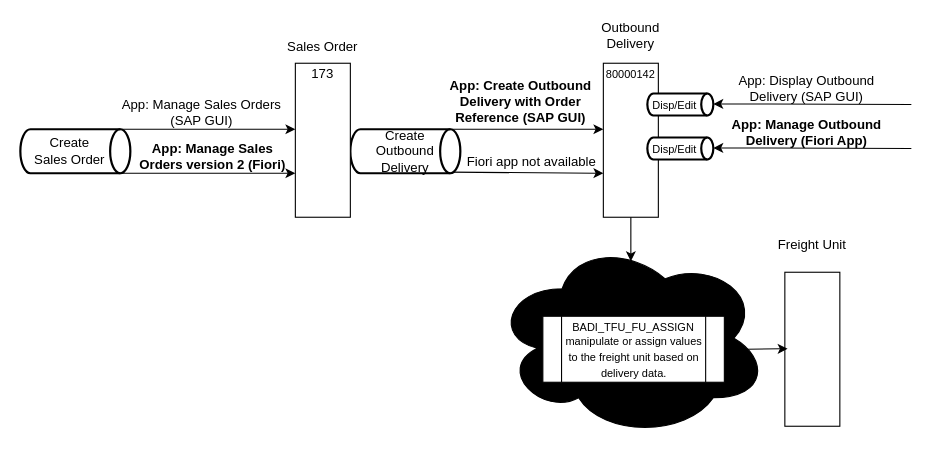
The draw.io diagram Unbenanntes Diagramm.drawio in BoroONE/DrawIO, before the edit. Source tidied: cells renumbered, new cells numbered last; positions are measured from the earlier drawing's top-left corner, leaving out a move shared by most shapes. Both pictures are drawn from the tidied source at 110%, with x=0, y=0 at pixel (20, 19).
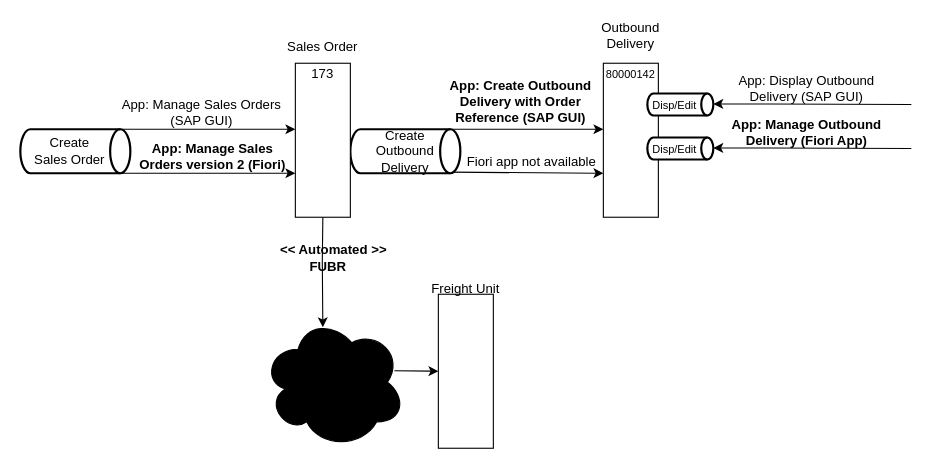
Above is the later version.

Unchanged cells that the change refers to:
```xml
<mxCell id="12" style="rounded=0;whiteSpace=wrap;html=1;" parent="1" vertex="1">
  <mxGeometry x="250" y="40" width="50" height="140" as="geometry" />
</mxCell>
```

The edit, as a diff of the source:
```diff
@@
     <mxCell id="28" style="ellipse;shape=cloud;whiteSpace=wrap;html=1;fillColor=#000000;" parent="1" vertex="1">
-      <mxGeometry x="430" y="200" width="250" height="180" as="geometry" />
+      <mxGeometry x="220" y="270" width="130" height="120" as="geometry" />
     </mxCell>
-    <mxCell id="29" style="endArrow=classic;html=1;rounded=0;" parent="1" edge="1">
+    <mxCell id="29" style="endArrow=classic;html=1;rounded=0;exitX=0.5;exitY=1;exitDx=0;exitDy=0;" parent="1" edge="1" source="12">
       <mxGeometry relative="1" as="geometry">
-        <mxPoint x="555" y="180" as="sourcePoint" />
-        <mxPoint x="555" y="220" as="targetPoint" />
+        <mxPoint x="275" y="280" as="targetPoint" />
         <Array as="points">
-          <mxPoint x="555" y="190" />
+          <mxPoint x="274.5" y="220" />
         </Array>
       </mxGeometry>
     </mxCell>
-    <mxCell id="30" style="shape=process;whiteSpace=wrap;html=1;backgroundOutline=1;" parent="1" vertex="1">
-      <mxGeometry x="475" y="270" width="165" height="60" as="geometry" />
-    </mxCell>
-    <mxCell id="31" value="&lt;font style=&quot;font-size: 10px;&quot;&gt;manipulate or assign values to the freight unit based on delivery data.&lt;/font&gt;" style="text;html=1;align=center;verticalAlign=middle;whiteSpace=wrap;rounded=0;" parent="1" vertex="1">
-      <mxGeometry x="492.5" y="294" width="130" height="25" as="geometry" />
-    </mxCell>
     <mxCell id="32" style="rounded=0;whiteSpace=wrap;html=1;" parent="1" vertex="1">
-      <mxGeometry x="695" y="230" width="50" height="140" as="geometry" />
+      <mxGeometry x="380" y="250" width="50" height="140" as="geometry" />
     </mxCell>
     <mxCell id="33" value="Freight Unit" style="text;html=1;align=center;verticalAlign=middle;whiteSpace=wrap;rounded=0;" parent="1" vertex="1">
-      <mxGeometry x="680" y="190" width="80" height="30" as="geometry" />
+      <mxGeometry x="365" y="230" width="80" height="30" as="geometry" />
     </mxCell>
-    <mxCell id="34" value="&lt;span style=&quot;font-size: 10px;&quot;&gt;BADI_TFU_FU_ASSIGN&lt;/span&gt;" style="text;html=1;align=center;verticalAlign=middle;whiteSpace=wrap;rounded=0;" parent="1" vertex="1">
-      <mxGeometry x="495" y="270" width="125" height="20" as="geometry" />
-    </mxCell>
     <mxCell id="35" style="endArrow=classic;html=1;rounded=0;" parent="1" edge="1">
       <mxGeometry relative="1" as="geometry">
-        <mxPoint x="660" y="300" as="sourcePoint" />
-        <mxPoint x="697.5" y="299.5" as="targetPoint" />
+        <mxPoint x="340" y="319.5" as="sourcePoint" />
+        <mxPoint x="380" y="320" as="targetPoint" />
       </mxGeometry>
     </mxCell>
+    <mxCell id="36" value="&lt;b&gt;FUBR&lt;/b&gt;" style="text;html=1;align=center;verticalAlign=middle;whiteSpace=wrap;rounded=0;" parent="1" vertex="1">
+      <mxGeometry x="250" y="210" width="60" height="30" as="geometry" />
+    </mxCell>
+    <mxCell id="37" value="&lt;b&gt;&amp;lt;&amp;lt; Automated &amp;gt;&amp;gt;&lt;/b&gt;" style="text;html=1;align=center;verticalAlign=middle;whiteSpace=wrap;rounded=0;" parent="1" vertex="1">
+      <mxGeometry x="230" y="200" width="110" height="20" as="geometry" />
+    </mxCell>
```
